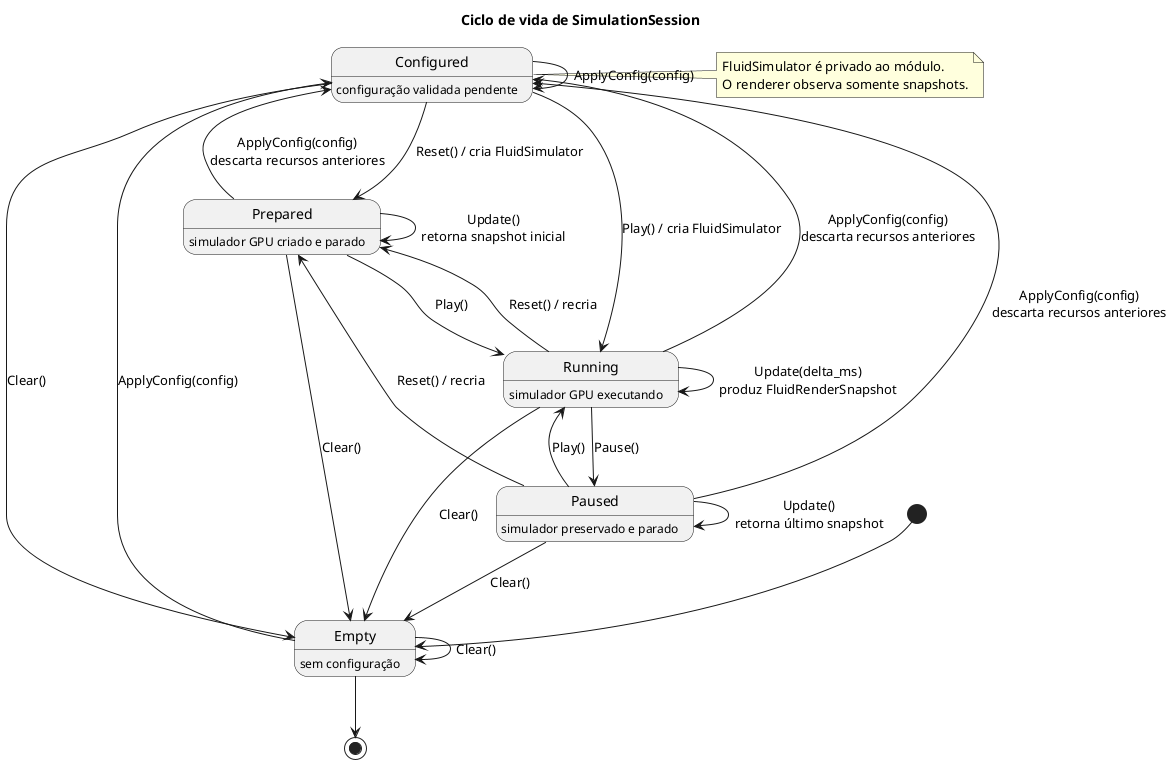
This is docs/uml/07-simulation-lifecycle.png from leandro-barcelos/rheo-lbm, a PlantUML export, as it was before one commit. Source of this version:
```plantuml
@startuml
title Ciclo de vida de SimulationSession

skinparam backgroundColor transparent
skinparam shadowing false

[*] --> Empty

state Empty : sem configuração
state Configured : configuração validada pendente
state Prepared : simulador GPU criado e parado
state Running : simulador GPU executando
state Paused : simulador preservado e parado

Empty --> Configured : ApplyConfig(config)
Configured --> Running : Play() / cria FluidSimulator
Configured --> Prepared : Reset() / cria FluidSimulator

Prepared --> Running : Play()
Running --> Paused : Pause()
Paused --> Running : Play()
Running --> Prepared : Reset() / recria
Paused --> Prepared : Reset() / recria

Running --> Running : Update(delta_ms)\nproduz FluidRenderSnapshot
Paused --> Paused : Update()\nretorna último snapshot
Prepared --> Prepared : Update()\nretorna snapshot inicial

Running --> Configured : ApplyConfig(config)\ndescarta recursos anteriores
Paused --> Configured : ApplyConfig(config)\ndescarta recursos anteriores
Prepared --> Configured : ApplyConfig(config)\ndescarta recursos anteriores
Configured --> Configured : ApplyConfig(config)

Empty --> Empty : Clear()
Configured --> Empty : Clear()
Prepared --> Empty : Clear()
Running --> Empty : Clear()
Paused --> Empty : Clear()

Empty --> [*]

note right of Configured
  FluidSimulator é privado ao módulo.
  O renderer observa somente snapshots.
end note

@enduml
```
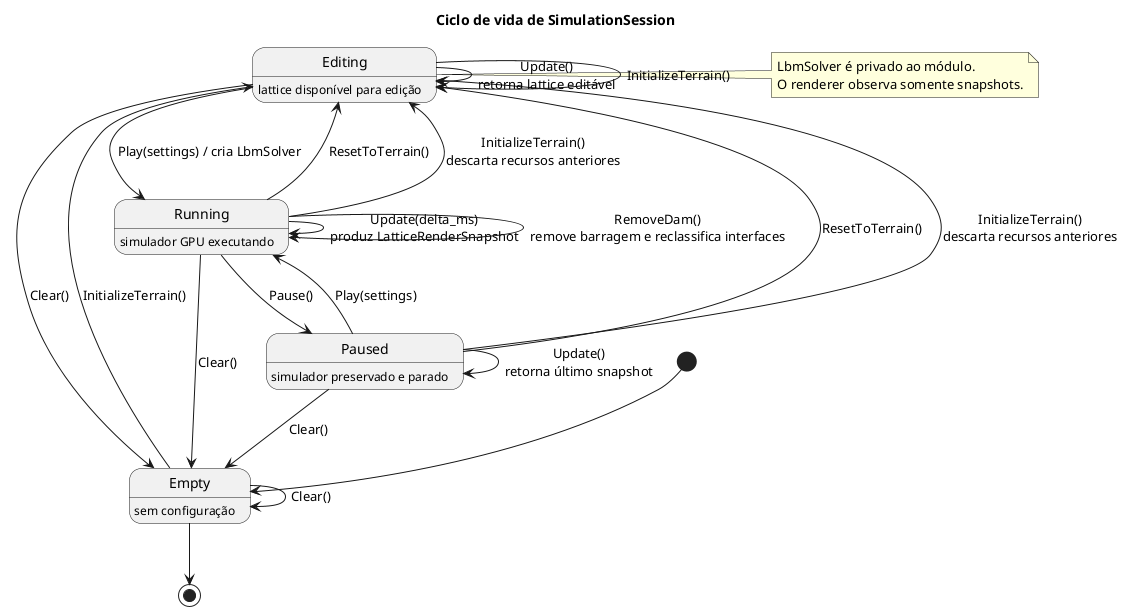
After the change.

What changed in the source:
```diff
@@ -7,40 +7,35 @@
 [*] --> Empty
 
 state Empty : sem configuração
-state Configured : configuração validada pendente
-state Prepared : simulador GPU criado e parado
+state Editing : lattice disponível para edição
 state Running : simulador GPU executando
 state Paused : simulador preservado e parado
 
-Empty --> Configured : ApplyConfig(config)
-Configured --> Running : Play() / cria FluidSimulator
-Configured --> Prepared : Reset() / cria FluidSimulator
+Empty --> Editing : InitializeTerrain()
+Editing --> Running : Play(settings) / cria LbmSolver
+Running --> Paused : Pause()
+Paused --> Running : Play(settings)
+Running --> Editing : ResetToTerrain()
+Paused --> Editing : ResetToTerrain()
 
-Prepared --> Running : Play()
-Running --> Paused : Pause()
-Paused --> Running : Play()
-Running --> Prepared : Reset() / recria
-Paused --> Prepared : Reset() / recria
+Running --> Running : Update(delta_ms)\nproduz LatticeRenderSnapshot
+Running --> Running : RemoveDam()\nremove barragem e reclassifica interfaces
+Paused --> Paused : Update()\nretorna último snapshot
+Editing --> Editing : Update()\nretorna lattice editável
 
-Running --> Running : Update(delta_ms)\nproduz FluidRenderSnapshot
-Paused --> Paused : Update()\nretorna último snapshot
-Prepared --> Prepared : Update()\nretorna snapshot inicial
-
-Running --> Configured : ApplyConfig(config)\ndescarta recursos anteriores
-Paused --> Configured : ApplyConfig(config)\ndescarta recursos anteriores
-Prepared --> Configured : ApplyConfig(config)\ndescarta recursos anteriores
-Configured --> Configured : ApplyConfig(config)
+Running --> Editing : InitializeTerrain()\ndescarta recursos anteriores
+Paused --> Editing : InitializeTerrain()\ndescarta recursos anteriores
+Editing --> Editing : InitializeTerrain()
 
 Empty --> Empty : Clear()
-Configured --> Empty : Clear()
-Prepared --> Empty : Clear()
+Editing --> Empty : Clear()
 Running --> Empty : Clear()
 Paused --> Empty : Clear()
 
 Empty --> [*]
 
-note right of Configured
-  FluidSimulator é privado ao módulo.
+note right of Editing
+  LbmSolver é privado ao módulo.
   O renderer observa somente snapshots.
 end note
 
```
